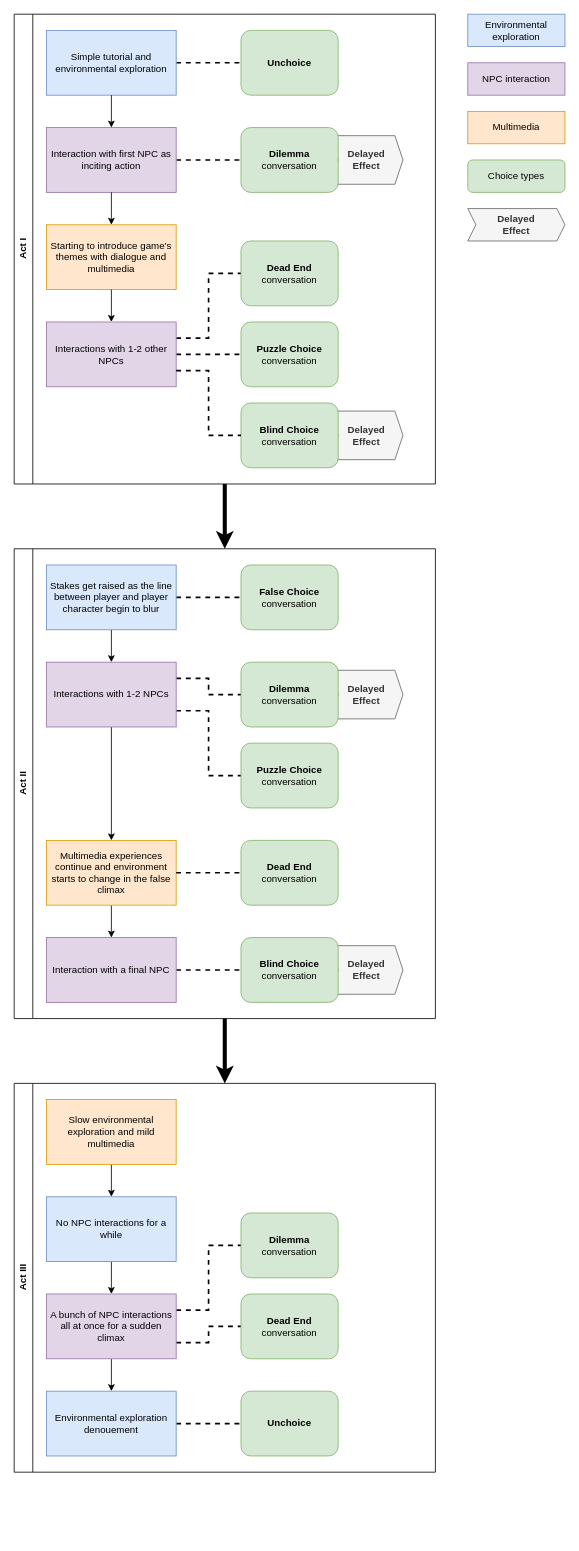
Before: Assets/Conversations/PlotStructure.drawio in Owmacohe/UNDERSCORE, a draw.io diagram. Source tidied: cells renumbered, new cells numbered last; positions are measured from the earlier drawing's top-left corner, leaving out a move shared by most shapes. Both pictures are drawn from the tidied source at 81%, with x=0, y=0 at pixel (14, 14).
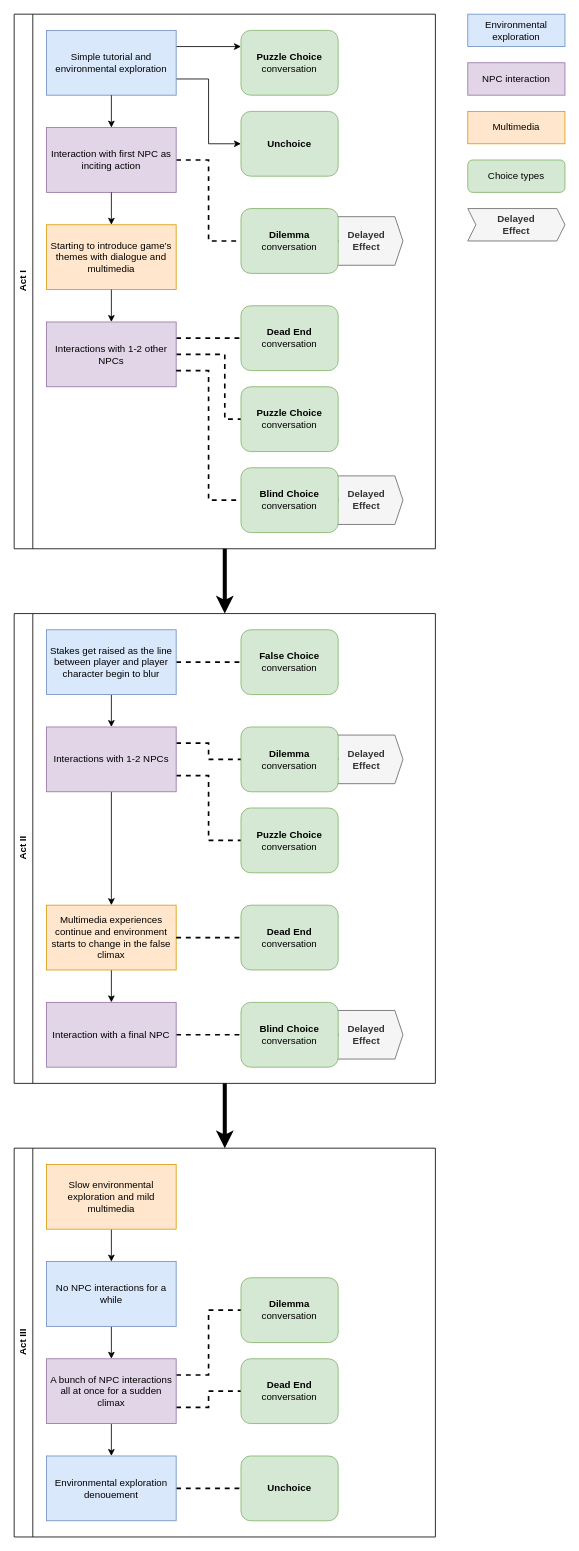
The same diagram, later.

The change refers to these unchanged cells:
```xml
<mxCell id="5" value="Simple tutorial and environmental exploration" style="rounded=0;whiteSpace=wrap;html=1;fillColor=#dae8fc;strokeColor=#6c8ebf;" parent="2" vertex="1">
  <mxGeometry x="40" y="20" width="160" height="80" as="geometry" />
</mxCell>
<mxCell id="13" value="Interactions with 1-2 other NPCs" style="rounded=0;whiteSpace=wrap;html=1;fillColor=#e1d5e7;strokeColor=#9673a6;" parent="2" vertex="1">
  <mxGeometry x="40" y="380" width="160" height="80" as="geometry" />
</mxCell>
```

What changed in the source:
```diff
@@
     <mxCell id="2" value="Act I" style="swimlane;horizontal=0;whiteSpace=wrap;html=1;" parent="1" vertex="1">
-      <mxGeometry width="520" height="580" as="geometry" />
+      <mxGeometry width="520" height="660" as="geometry" />
     </mxCell>
     <mxCell id="3" value="&lt;b&gt;Delayed&lt;br&gt;Effect&lt;/b&gt;" style="shape=step;perimeter=stepPerimeter;whiteSpace=wrap;html=1;fixedSize=1;size=10;fillColor=#f5f5f5;fontColor=#333333;strokeColor=#666666;" parent="2" vertex="1">
-      <mxGeometry x="390" y="150" width="90" height="60" as="geometry" />
+      <mxGeometry x="390" y="250" width="90" height="60" as="geometry" />
     </mxCell>
-    <mxCell id="4" style="edgeStyle=orthogonalEdgeStyle;rounded=0;jettySize=auto;html=1;exitX=1;exitY=0.5;exitDx=0;exitDy=0;entryX=0;entryY=0.5;entryDx=0;entryDy=0;strokeWidth=2;endArrow=none;endFill=0;dashed=1;" parent="2" edge="1" source="5" target="21">
+    <mxCell id="4" style="edgeStyle=orthogonalEdgeStyle;rounded=0;jettySize=auto;html=1;exitX=1;exitY=0.25;exitDx=0;exitDy=0;entryX=0;entryY=0.25;entryDx=0;entryDy=0;" parent="2" edge="1" source="5" target="21">
       <mxGeometry relative="1" as="geometry" />
     </mxCell>
+    <mxCell id="63" style="edgeStyle=orthogonalEdgeStyle;rounded=0;jettySize=auto;html=1;exitX=1;exitY=0.75;exitDx=0;exitDy=0;entryX=0;entryY=0.5;entryDx=0;entryDy=0;" parent="2" edge="1" source="5" target="64">
+      <mxGeometry relative="1" as="geometry" />
+    </mxCell>
@@
     <mxCell id="12" style="edgeStyle=orthogonalEdgeStyle;rounded=0;jettySize=auto;html=1;exitX=1;exitY=0.5;exitDx=0;exitDy=0;entryX=0;entryY=0.5;entryDx=0;entryDy=0;strokeWidth=2;endArrow=none;endFill=0;dashed=1;" parent="2" edge="1" source="13" target="20">
-      <mxGeometry relative="1" as="geometry" />
+      <mxGeometry relative="1" as="geometry">
+        <Array as="points">
+          <mxPoint x="260" y="420" />
+          <mxPoint x="260" y="500" />
+        </Array>
+      </mxGeometry>
     </mxCell>
@@
     <mxCell id="15" value="&lt;b&gt;Dead End&lt;br&gt;&lt;/b&gt;conversation" style="rounded=1;whiteSpace=wrap;html=1;fillColor=#d5e8d4;strokeColor=#82b366;" parent="2" vertex="1">
-      <mxGeometry x="280" y="280" width="120" height="80" as="geometry" />
+      <mxGeometry x="280" y="360" width="120" height="80" as="geometry" />
     </mxCell>
     <mxCell id="16" value="&lt;b&gt;Dilemma&lt;br&gt;&lt;/b&gt;conversation" style="rounded=1;whiteSpace=wrap;html=1;fillColor=#d5e8d4;strokeColor=#82b366;" parent="2" vertex="1">
-      <mxGeometry x="280" y="140" width="120" height="80" as="geometry" />
+      <mxGeometry x="280" y="240" width="120" height="80" as="geometry" />
     </mxCell>
     <mxCell id="17" value="&lt;b&gt;Delayed&lt;br&gt;Effect&lt;/b&gt;" style="shape=step;perimeter=stepPerimeter;whiteSpace=wrap;html=1;fixedSize=1;size=10;fillColor=#f5f5f5;fontColor=#333333;strokeColor=#666666;" parent="2" vertex="1">
-      <mxGeometry x="390" y="490" width="90" height="60" as="geometry" />
+      <mxGeometry x="390" y="570" width="90" height="60" as="geometry" />
     </mxCell>
     <mxCell id="18" value="&lt;b&gt;Blind Choice&lt;br&gt;&lt;/b&gt;conversation" style="rounded=1;whiteSpace=wrap;html=1;fillColor=#d5e8d4;strokeColor=#82b366;" parent="2" vertex="1">
-      <mxGeometry x="280" y="480" width="120" height="80" as="geometry" />
+      <mxGeometry x="280" y="560" width="120" height="80" as="geometry" />
     </mxCell>
@@
     <mxCell id="20" value="&lt;b&gt;Puzzle Choice&lt;br&gt;&lt;/b&gt;conversation" style="rounded=1;whiteSpace=wrap;html=1;fillColor=#d5e8d4;strokeColor=#82b366;" parent="2" vertex="1">
-      <mxGeometry x="280" y="380" width="120" height="80" as="geometry" />
+      <mxGeometry x="280" y="460" width="120" height="80" as="geometry" />
     </mxCell>
-    <mxCell id="21" value="&lt;b&gt;Unchoice&lt;/b&gt;" style="rounded=1;whiteSpace=wrap;html=1;fillColor=#d5e8d4;strokeColor=#82b366;" parent="2" vertex="1">
+    <mxCell id="21" value="&lt;b style=&quot;border-color: var(--border-color);&quot;&gt;Puzzle Choice&lt;/b&gt;&lt;br style=&quot;border-color: var(--border-color);&quot;&gt;conversation" style="rounded=1;whiteSpace=wrap;html=1;fillColor=#d5e8d4;strokeColor=#82b366;" parent="2" vertex="1">
       <mxGeometry x="280" y="20" width="120" height="80" as="geometry" />
     </mxCell>
+    <mxCell id="64" value="&lt;b&gt;Unchoice&lt;/b&gt;" style="rounded=1;whiteSpace=wrap;html=1;fillColor=#d5e8d4;strokeColor=#82b366;" parent="2" vertex="1">
+      <mxGeometry x="280" y="120" width="120" height="80" as="geometry" />
+    </mxCell>
@@
     <mxCell id="24" value="Act II" style="swimlane;horizontal=0;whiteSpace=wrap;html=1;" parent="1" vertex="1">
-      <mxGeometry y="660" width="520" height="580" as="geometry" />
+      <mxGeometry y="740" width="520" height="580" as="geometry" />
     </mxCell>
@@
     <mxCell id="44" value="Act III" style="swimlane;horizontal=0;whiteSpace=wrap;html=1;" parent="1" vertex="1">
-      <mxGeometry y="1320" width="520" height="480" as="geometry" />
+      <mxGeometry y="1400" width="520" height="480" as="geometry" />
     </mxCell>
```
